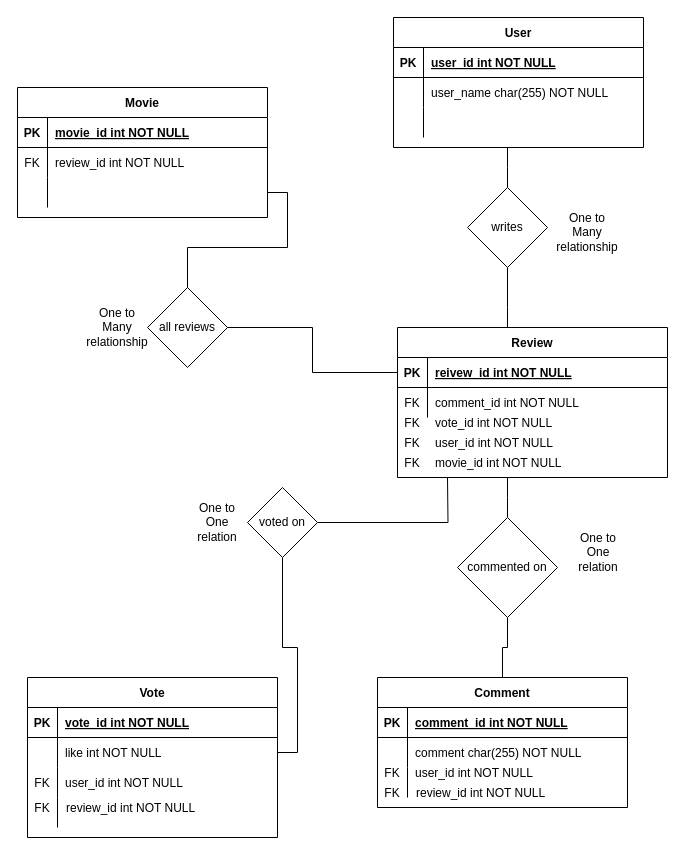
anglerona/ot-primer keeps this draw.io diagram as ERDiagram.drawio. Above is the earlier version. Source tidied: cells renumbered, new cells numbered last; positions are measured from the earlier drawing's top-left corner, leaving out a move shared by most shapes. Both pictures are drawn from the tidied source at 100%, with x=0, y=0 at pixel (17, 17).
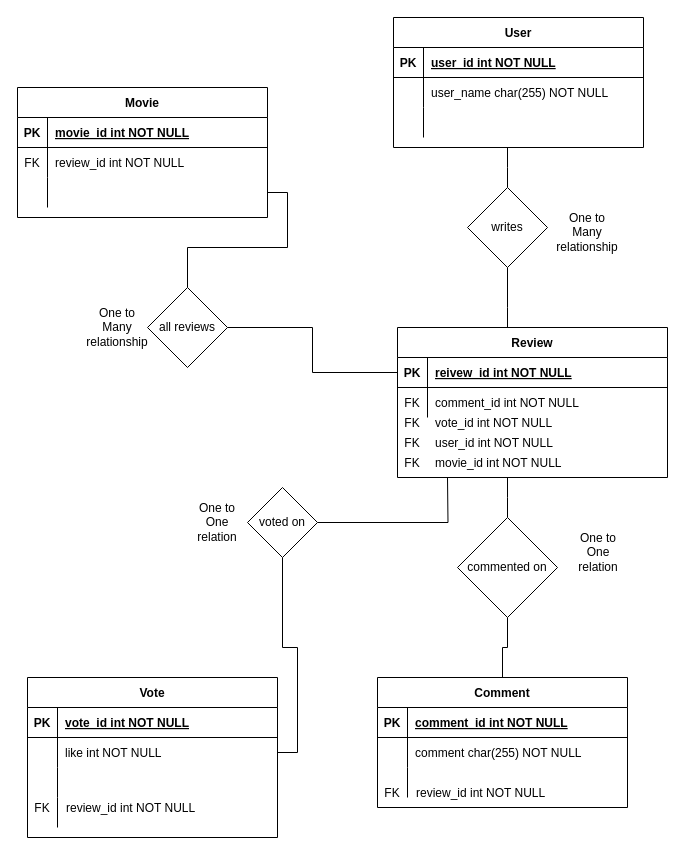
After the change.

The change refers to these unchanged cells:
```xml
<mxCell id="36" style="shape=partialRectangle;fillColor=none;top=0;left=0;right=0;bottom=0;" parent="29" vertex="1">
  <mxGeometry y="90" width="250" height="30" as="geometry" />
</mxCell>
```

What changed in the source:
```diff
@@
-    <mxCell id="38" value="user_id int NOT NULL" style="shape=partialRectangle;overflow=hidden;fillColor=none;top=0;left=0;bottom=0;right=0;align=left;spacingLeft=6;" parent="36" vertex="1">
+    <mxCell id="38" style="shape=partialRectangle;overflow=hidden;fillColor=none;top=0;left=0;bottom=0;right=0;align=left;spacingLeft=6;" parent="36" vertex="1">
       <mxGeometry x="30" width="220" height="30" as="geometry" />
     </mxCell>
@@
-    <mxCell id="50" value="FK" style="shape=partialRectangle;overflow=hidden;fillColor=none;top=0;left=0;bottom=0;right=0;" parent="1" vertex="1">
-      <mxGeometry x="360" y="740" width="30" height="30" as="geometry" />
-    </mxCell>
-    <mxCell id="51" value="user_id int NOT NULL" style="shape=partialRectangle;overflow=hidden;fillColor=none;top=0;left=0;bottom=0;right=0;align=left;spacingLeft=6;" parent="1" vertex="1">
-      <mxGeometry x="390" y="740" width="220" height="30" as="geometry" />
-    </mxCell>
-    <mxCell id="52" value="FK" style="shape=partialRectangle;overflow=hidden;fillColor=none;top=0;left=0;bottom=0;right=0;" parent="1" vertex="1">
-      <mxGeometry x="10" y="750" width="30" height="30" as="geometry" />
-    </mxCell>
```
